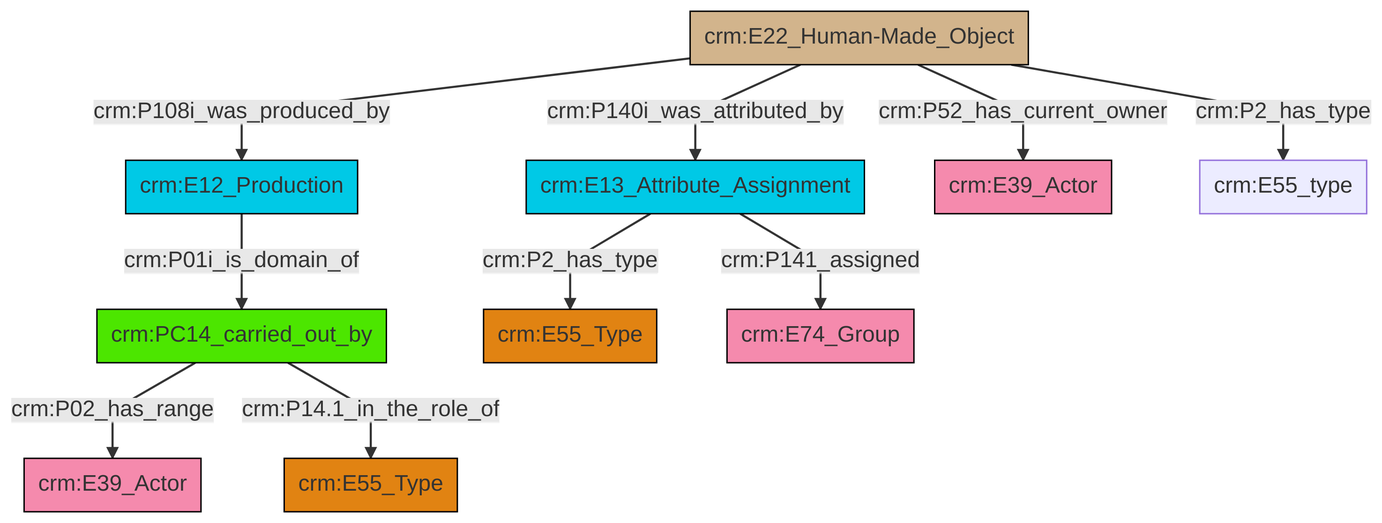
Earlier version of the Mermaid export et/builtWorkCSV/ttl/mmd/png/Built_Work_actor_relations.png (swiss-art-research-net/docs.swissartresearch). Its source is kept beside it as et/builtWorkCSV/ttl/mmd/Built_Work_actor_relations.ttl.mmd.
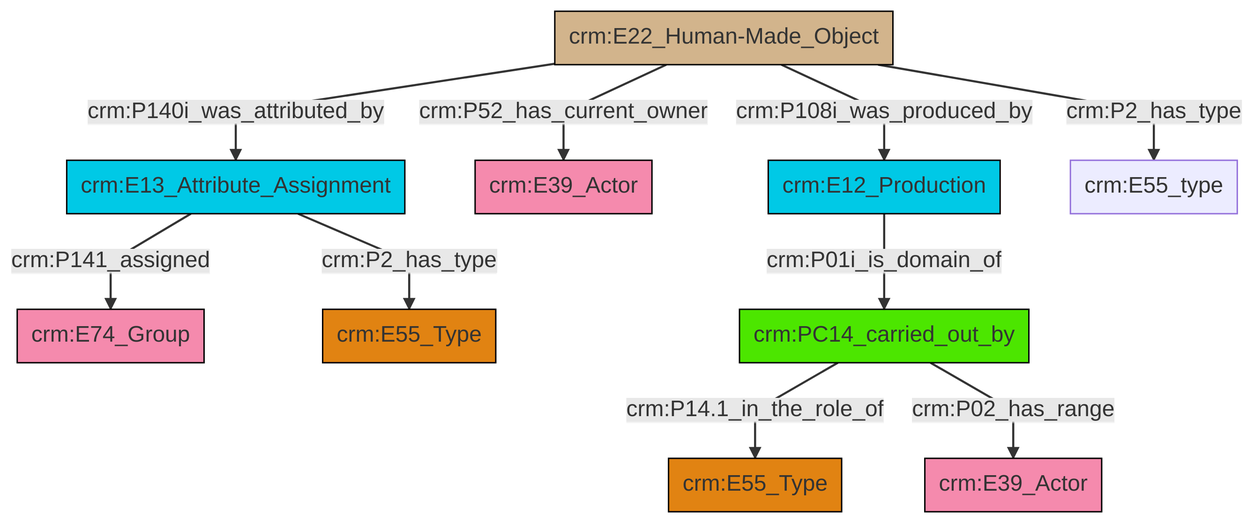
The same diagram one commit later.

Change to the diagram source:
```diff
@@ -13,12 +13,12 @@
 classDef PC_Classes fill:#4ce600, stroke:#000000;
 classDef Multi fill:#cccccc,stroke:#000000;
 
-2["crm:E13_Attribute_Assignment"]:::Temporal_Entity -->|crm:P2_has_type| 3["crm:E55_Type"]:::Type
-0["crm:PC14_carried_out_by"]:::PC_Classes -->|crm:P02_has_range| 6["crm:E39_Actor"]:::Actor
-7["crm:E22_Human-Made_Object"]:::Physical_Thing -->|crm:P52_has_current_owner| 8["crm:E39_Actor"]:::Actor
-0["crm:PC14_carried_out_by"]:::PC_Classes -->|crm:P14.1_in_the_role_of| 9["crm:E55_Type"]:::Type
-7["crm:E22_Human-Made_Object"]:::Physical_Thing -->|crm:P108i_was_produced_by| 4["crm:E12_Production"]:::Temporal_Entity
-4["crm:E12_Production"]:::Temporal_Entity -->|crm:P01i_is_domain_of| 0["crm:PC14_carried_out_by"]:::PC_Classes
-7["crm:E22_Human-Made_Object"]:::Physical_Thing -->|crm:P2_has_type| 14["crm:E55_type"]:::Default
-7["crm:E22_Human-Made_Object"]:::Physical_Thing -->|crm:P140i_was_attributed_by| 2["crm:E13_Attribute_Assignment"]:::Temporal_Entity
-2["crm:E13_Attribute_Assignment"]:::Temporal_Entity -->|crm:P141_assigned| 11["crm:E74_Group"]:::Actor
+0["crm:E13_Attribute_Assignment"]:::Temporal_Entity -->|crm:P141_assigned| 1["crm:E74_Group"]:::Actor
+2["crm:E22_Human-Made_Object"]:::Physical_Thing -->|crm:P140i_was_attributed_by| 0["crm:E13_Attribute_Assignment"]:::Temporal_Entity
+2["crm:E22_Human-Made_Object"]:::Physical_Thing -->|crm:P52_has_current_owner| 4["crm:E39_Actor"]:::Actor
+5["crm:E12_Production"]:::Temporal_Entity -->|crm:P01i_is_domain_of| 6["crm:PC14_carried_out_by"]:::PC_Classes
+2["crm:E22_Human-Made_Object"]:::Physical_Thing -->|crm:P108i_was_produced_by| 5["crm:E12_Production"]:::Temporal_Entity
+0["crm:E13_Attribute_Assignment"]:::Temporal_Entity -->|crm:P2_has_type| 13["crm:E55_Type"]:::Type
+6["crm:PC14_carried_out_by"]:::PC_Classes -->|crm:P14.1_in_the_role_of| 14["crm:E55_Type"]:::Type
+6["crm:PC14_carried_out_by"]:::PC_Classes -->|crm:P02_has_range| 8["crm:E39_Actor"]:::Actor
+2["crm:E22_Human-Made_Object"]:::Physical_Thing -->|crm:P2_has_type| 18["crm:E55_type"]:::Default
```
